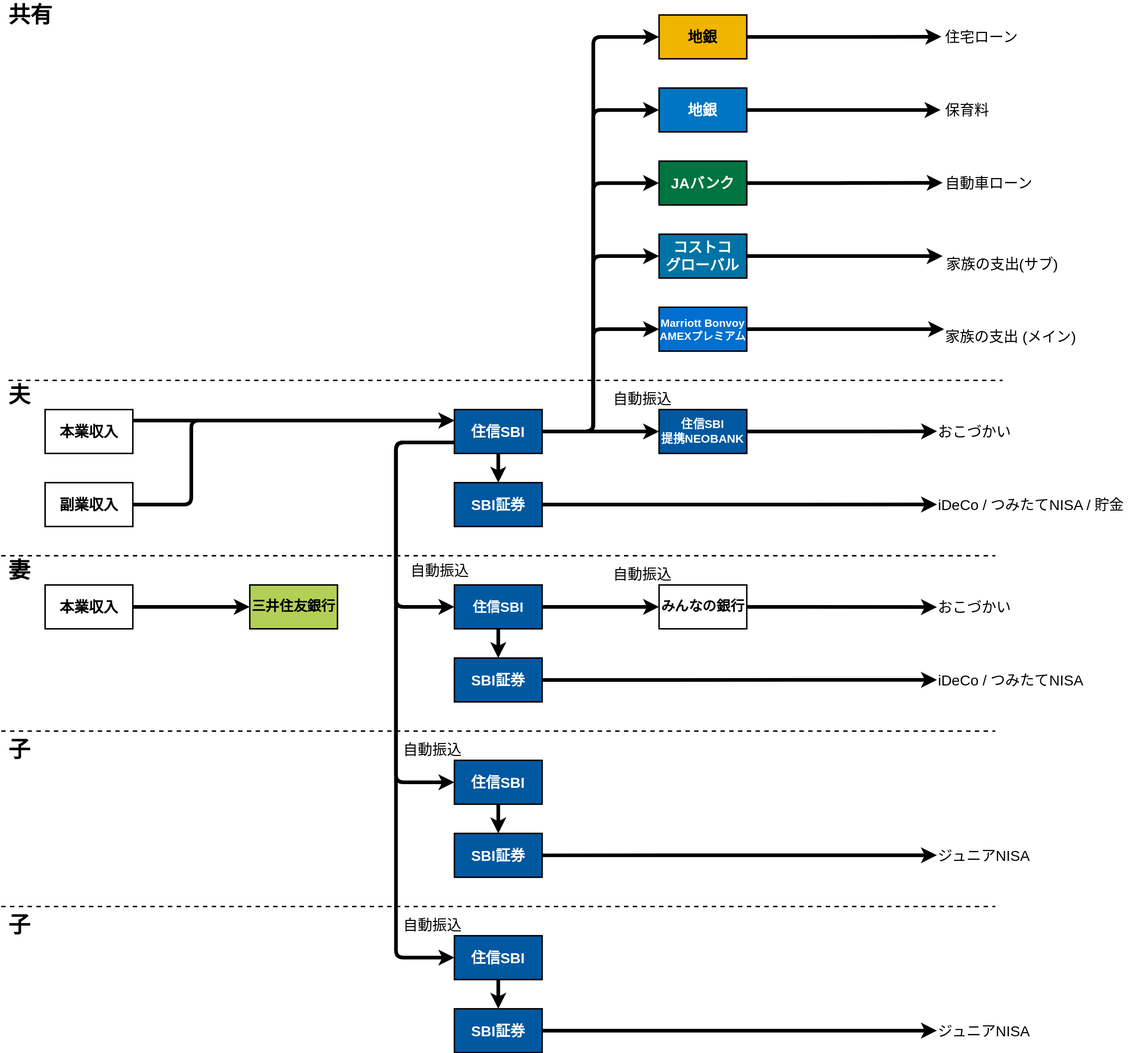
The draw.io diagram 202405.drawio.svg in pranc1ngpegasus/moneyflow, before a commit. Source tidied: cells renumbered, new cells last; positions are measured from the earlier drawing's top-left corner, leaving out a move shared by most shapes.
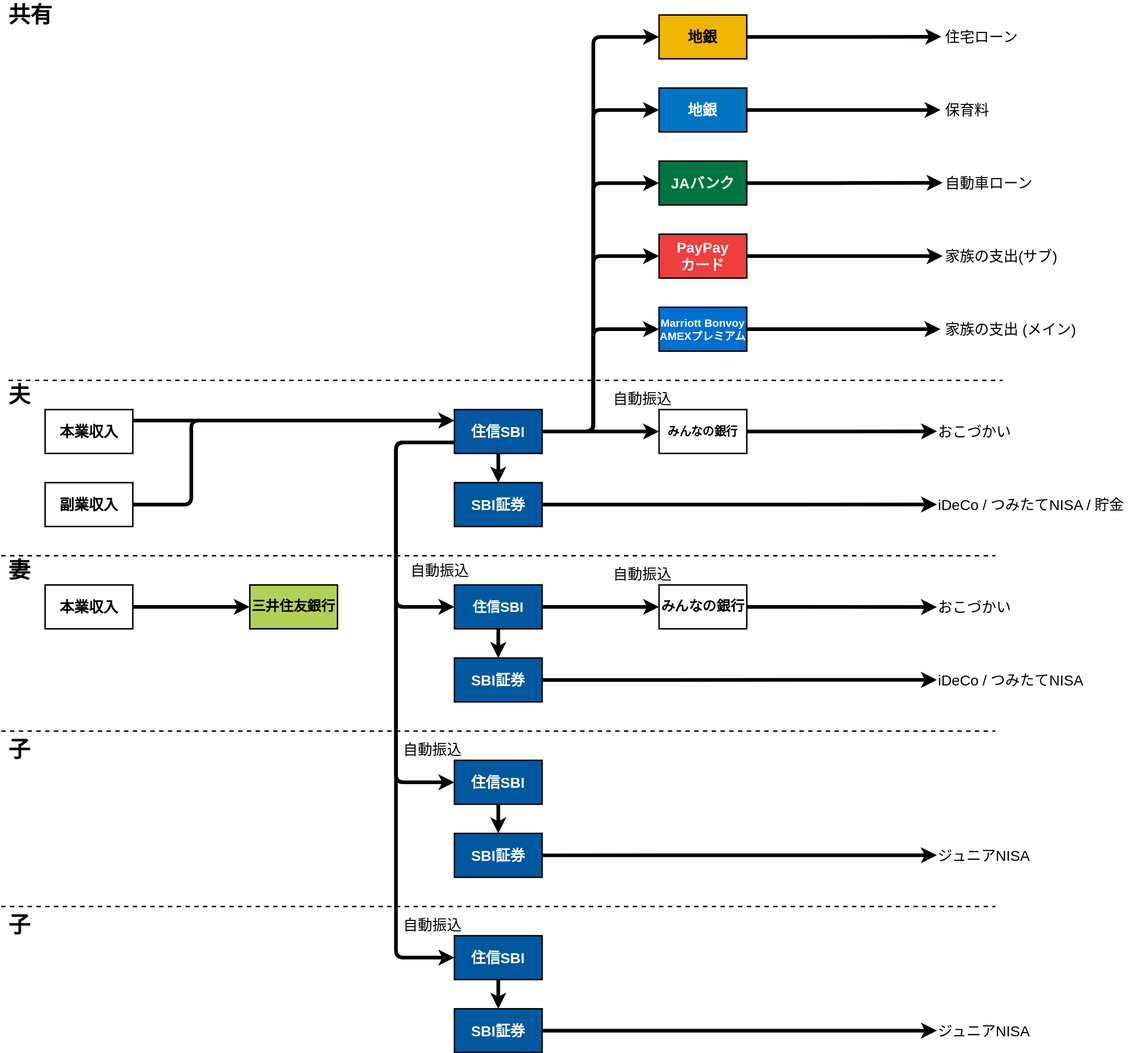
Above is the later version.

Commit message:
202405.drawio.svg を更新します

The edit, as a diff of the source:
```diff
@@ -212,12 +212,10 @@
       </mxGeometry>
     </mxCell>
     <mxCell id="57" value="家族の支出 (メイン)" style="text;html=1;align=left;verticalAlign=middle;points=[];fillColor=none;strokeColor=none;rounded=0;fontSize=20;strokeWidth=5;" parent="1" vertex="1">
-      <mxGeometry x="1290" y="440" width="200" height="40" as="geometry" />
+      <mxGeometry x="1290" y="430" width="200" height="40" as="geometry" />
     </mxCell>
-    <mxCell id="58" style="elbow=horizontal;endArrow=classic;html=1;fontSize=20;strokeWidth=5;exitX=1;exitY=0.5;exitDx=0;exitDy=0;" parent="1" edge="1" source="55">
-      <mxGeometry relative="1" as="geometry">
-        <mxPoint x="1290" y="450" as="targetPoint" />
-      </mxGeometry>
+    <mxCell id="58" style="elbow=horizontal;endArrow=classic;html=1;fontSize=20;strokeWidth=5;exitX=1;exitY=0.5;exitDx=0;exitDy=0;entryX=-0.025;entryY=0.5;entryDx=0;entryDy=0;entryPerimeter=0;" parent="1" edge="1" source="55" target="57">
+      <mxGeometry relative="1" as="geometry" />
     </mxCell>
     <mxCell id="59" value="地銀" style="rounded=0;whiteSpace=wrap;html=1;fontSize=20;fontStyle=1;fillColor=#f0b500;fontColor=#000000;strokeWidth=2;" parent="1" vertex="1">
       <mxGeometry x="900" y="20" width="120" height="60" as="geometry" />
@@ -251,7 +249,7 @@
     <mxCell id="66" style="edgeStyle=elbowEdgeStyle;elbow=horizontal;endArrow=classic;html=1;fontSize=20;strokeWidth=5;entryX=-0.061;entryY=0.5;entryDx=0;entryDy=0;entryPerimeter=0;exitX=1;exitY=0.5;exitDx=0;exitDy=0;" parent="1" edge="1" source="63" target="64">
       <mxGeometry relative="1" as="geometry" />
     </mxCell>
-    <mxCell id="67" value="住信SBI&lt;br style=&quot;font-size: 16px;&quot;&gt;提携NEOBANK" style="rounded=0;whiteSpace=wrap;html=1;fontSize=16;fontStyle=1;fillColor=#0058a0;fontColor=#FFFFFF;strokeWidth=2;" parent="1" vertex="1">
+    <mxCell id="67" value="みんなの銀行" style="rounded=0;whiteSpace=wrap;html=1;fontSize=16;fontStyle=1;fillColor=#FFFFFF;fontColor=#000000;strokeWidth=2;" parent="1" vertex="1">
       <mxGeometry x="900" y="560" width="120" height="60" as="geometry" />
     </mxCell>
     <mxCell id="68" value="&lt;font style=&quot;font-size: 19px;&quot;&gt;&lt;span style=&quot;caret-color: rgb(255, 255, 255); font-size: 19px;&quot;&gt;みんなの銀行&lt;/span&gt;&lt;/font&gt;" style="rounded=0;whiteSpace=wrap;html=1;fontSize=19;fontStyle=1;fillColor=#FFFFFF;strokeWidth=2;fontColor=#000000;" parent="1" vertex="1">
@@ -260,7 +258,7 @@
     <mxCell id="69" value="&lt;font style=&quot;font-size: 19px;&quot;&gt;&lt;span style=&quot;caret-color: rgb(255, 255, 255); font-size: 19px;&quot;&gt;三井住友銀行&lt;/span&gt;&lt;/font&gt;" style="rounded=0;whiteSpace=wrap;html=1;fontSize=19;fontStyle=1;fillColor=#B3D056;strokeWidth=2;fontColor=#000000;" parent="1" vertex="1">
       <mxGeometry x="340" y="800" width="120" height="60" as="geometry" />
     </mxCell>
-    <mxCell id="70" value="コストコ&lt;br style=&quot;font-size: 20px;&quot;&gt;グローバル" style="rounded=0;whiteSpace=wrap;html=1;fontSize=20;fontStyle=1;fillColor=#0073a6;fontColor=#FFFFFF;strokeWidth=2;" parent="1" vertex="1">
+    <mxCell id="70" value="PayPay&lt;br&gt;カード" style="rounded=0;whiteSpace=wrap;html=1;fontSize=20;fontStyle=1;fillColor=#ef3f3f;fontColor=#FFFFFF;strokeWidth=2;" parent="1" vertex="1">
       <mxGeometry x="900" y="320" width="120" height="60" as="geometry" />
     </mxCell>
     <mxCell id="71" style="edgeStyle=elbowEdgeStyle;endArrow=classic;html=1;fontSize=20;strokeWidth=5;exitX=1;exitY=0.5;exitDx=0;exitDy=0;entryX=0;entryY=0.5;entryDx=0;entryDy=0;" parent="1" edge="1" source="10" target="70">
@@ -270,13 +268,11 @@
         </Array>
       </mxGeometry>
     </mxCell>
-    <mxCell id="72" style="elbow=horizontal;endArrow=classic;html=1;fontSize=20;strokeWidth=5;exitX=1;exitY=0.5;exitDx=0;exitDy=0;entryX=-0.01;entryY=0.5;entryDx=0;entryDy=0;entryPerimeter=0;" parent="1" edge="1" source="70">
-      <mxGeometry relative="1" as="geometry">
-        <mxPoint x="1288" y="350" as="targetPoint" />
-      </mxGeometry>
+    <mxCell id="72" style="elbow=horizontal;endArrow=classic;html=1;fontSize=20;strokeWidth=5;exitX=1;exitY=0.5;exitDx=0;exitDy=0;entryX=-0.011;entryY=0.5;entryDx=0;entryDy=0;entryPerimeter=0;" parent="1" edge="1" source="70" target="73">
+      <mxGeometry relative="1" as="geometry" />
     </mxCell>
     <mxCell id="73" value="家族の支出(サブ)" style="text;html=1;align=left;verticalAlign=middle;points=[];fillColor=none;strokeColor=none;rounded=0;fontSize=20;strokeWidth=5;" parent="1" vertex="1">
-      <mxGeometry x="1291" y="341" width="180" height="40" as="geometry" />
+      <mxGeometry x="1290" y="330" width="180" height="40" as="geometry" />
     </mxCell>
   </root>
 </mxGraphModel>
```
